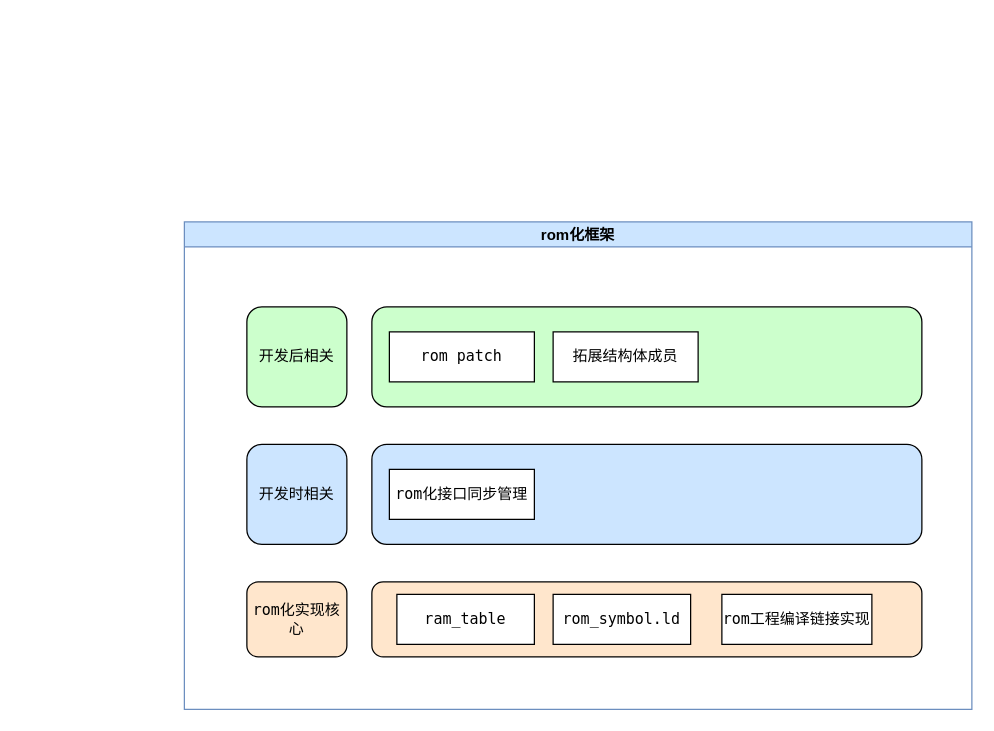
This is IoT rom化方案设计.drawio from git4Chub/drawio_doc, a draw.io file, before an edit. Source tidied: cells renumbered, new cells numbered last; positions are measured from the earlier drawing's top-left corner, leaving out a move shared by most shapes. Both pictures are drawn from the tidied source at 125%, with x=0, y=0 at pixel (184, 221).
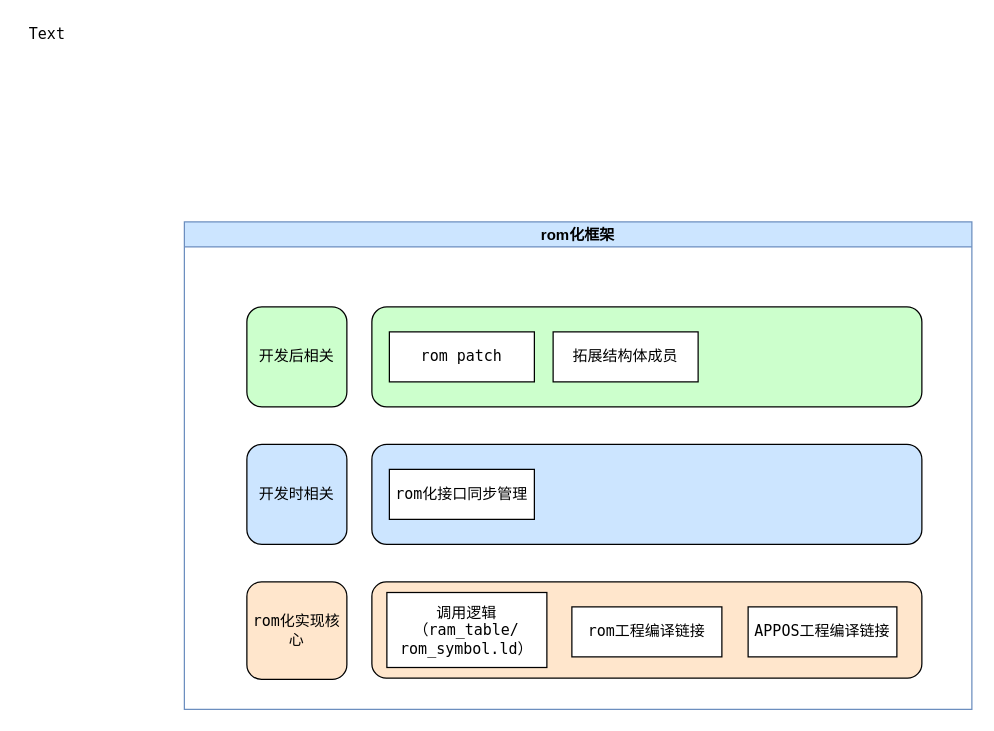
The same diagram, later.

Commit message:
更新IoT rom化方案设计.drawio

The edit, as a diff of the source:
```diff
@@
 <mxGraphModel>
   <root>
     <mxCell id="0" />
     <mxCell id="1" parent="0" />
     <mxCell id="2" value="rom化框架" style="swimlane;startSize=20;horizontal=1;containerType=tree;fillColor=#CCE5FF;strokeColor=#6c8ebf;swimlaneFillColor=#FFFFFF;" parent="1" vertex="1">
       <mxGeometry width="630" height="390" as="geometry" />
     </mxCell>
     <mxCell id="3" style="rounded=1;whiteSpace=wrap;html=1;fillColor=#FFE6CC;fontFamily=Lucida Console;" parent="2" vertex="1">
-      <mxGeometry x="150" y="288" width="440" height="60" as="geometry" />
+      <mxGeometry x="150" y="288" width="440" height="77" as="geometry" />
     </mxCell>
     <mxCell id="4" value="开发时相关" style="rounded=1;whiteSpace=wrap;html=1;labelBackgroundColor=none;fontFamily=Lucida Console;fillColor=#CCE5FF;" parent="2" vertex="1">
       <mxGeometry x="50" y="178" width="80" height="80" as="geometry" />
     </mxCell>
     <mxCell id="5" value="rom化实现核心&lt;br&gt;" style="rounded=1;whiteSpace=wrap;html=1;fillColor=#FFE6CC;fontFamily=Lucida Console;" parent="2" vertex="1">
-      <mxGeometry x="50" y="288" width="80" height="60" as="geometry" />
+      <mxGeometry x="50" y="288" width="80" height="78" as="geometry" />
     </mxCell>
-    <mxCell id="6" value="ram_table" style="rounded=0;whiteSpace=wrap;html=1;labelBackgroundColor=none;fontFamily=Lucida Console;fillColor=#FFFFFF;" parent="2" vertex="1">
-      <mxGeometry x="170" y="298" width="110" height="40" as="geometry" />
+    <mxCell id="6" value="调用逻辑（ram_table/&lt;br&gt;rom_symbol.ld）" style="rounded=0;whiteSpace=wrap;html=1;labelBackgroundColor=none;fontFamily=Lucida Console;fillColor=#FFFFFF;" parent="2" vertex="1">
+      <mxGeometry x="162" y="296.5" width="128" height="60" as="geometry" />
     </mxCell>
-    <mxCell id="7" value="rom_symbol.ld" style="rounded=0;whiteSpace=wrap;html=1;labelBackgroundColor=none;fontFamily=Lucida Console;fillColor=#FFFFFF;" parent="2" vertex="1">
-      <mxGeometry x="295" y="298" width="110" height="40" as="geometry" />
-    </mxCell>
     <mxCell id="8" style="rounded=1;whiteSpace=wrap;html=1;labelBackgroundColor=none;fontFamily=Lucida Console;fillColor=#CCE5FF;" parent="2" vertex="1">
       <mxGeometry x="150" y="178" width="440" height="80" as="geometry" />
     </mxCell>
-    <mxCell id="9" value="rom工程编译链接实现" style="rounded=0;whiteSpace=wrap;html=1;labelBackgroundColor=none;fontFamily=Lucida Console;fillColor=#FFFFFF;" parent="2" vertex="1">
-      <mxGeometry x="430" y="298" width="120" height="40" as="geometry" />
+    <mxCell id="9" value="rom工程编译链接" style="rounded=0;whiteSpace=wrap;html=1;labelBackgroundColor=none;fontFamily=Lucida Console;fillColor=#FFFFFF;" parent="2" vertex="1">
+      <mxGeometry x="310" y="308" width="120" height="40" as="geometry" />
     </mxCell>
     <mxCell id="10" value="rom化接口同步管理" style="rounded=0;whiteSpace=wrap;html=1;labelBackgroundColor=none;fontFamily=Lucida Console;fillColor=#FFFFFF;" parent="2" vertex="1">
       <mxGeometry x="164" y="198" width="116" height="40" as="geometry" />
     </mxCell>
     <mxCell id="11" value="开发后相关" style="rounded=1;whiteSpace=wrap;html=1;labelBackgroundColor=none;fontFamily=Lucida Console;fillColor=#CCFFCC;" parent="2" vertex="1">
       <mxGeometry x="50" y="68" width="80" height="80" as="geometry" />
     </mxCell>
     <mxCell id="12" style="rounded=1;whiteSpace=wrap;html=1;labelBackgroundColor=none;fontFamily=Lucida Console;fillColor=#CCFFCC;" parent="2" vertex="1">
       <mxGeometry x="150" y="68" width="440" height="80" as="geometry" />
     </mxCell>
     <mxCell id="13" value="rom patch" style="rounded=0;whiteSpace=wrap;html=1;labelBackgroundColor=none;fontFamily=Lucida Console;fillColor=#FFFFFF;" parent="2" vertex="1">
       <mxGeometry x="164" y="88" width="116" height="40" as="geometry" />
     </mxCell>
     <mxCell id="14" value="拓展结构体成员" style="rounded=0;whiteSpace=wrap;html=1;labelBackgroundColor=none;fontFamily=Lucida Console;fillColor=#FFFFFF;" parent="2" vertex="1">
       <mxGeometry x="295" y="88" width="116" height="40" as="geometry" />
     </mxCell>
+    <mxCell id="15" value="APPOS工程编译链接" style="rounded=0;whiteSpace=wrap;html=1;labelBackgroundColor=none;fontFamily=Lucida Console;fillColor=#FFFFFF;" parent="2" vertex="1">
+      <mxGeometry x="451" y="308" width="119" height="40" as="geometry" />
+    </mxCell>
+    <mxCell id="16" value="Text" style="text;html=1;align=center;verticalAlign=middle;fillColor=none;strokeColor=none;rounded=0;labelBackgroundColor=none;fontFamily=Lucida Console;" parent="1" vertex="1">
+      <mxGeometry x="-130" y="-160" width="40" height="20" as="geometry" />
+    </mxCell>
   </root>
 </mxGraphModel>
```
